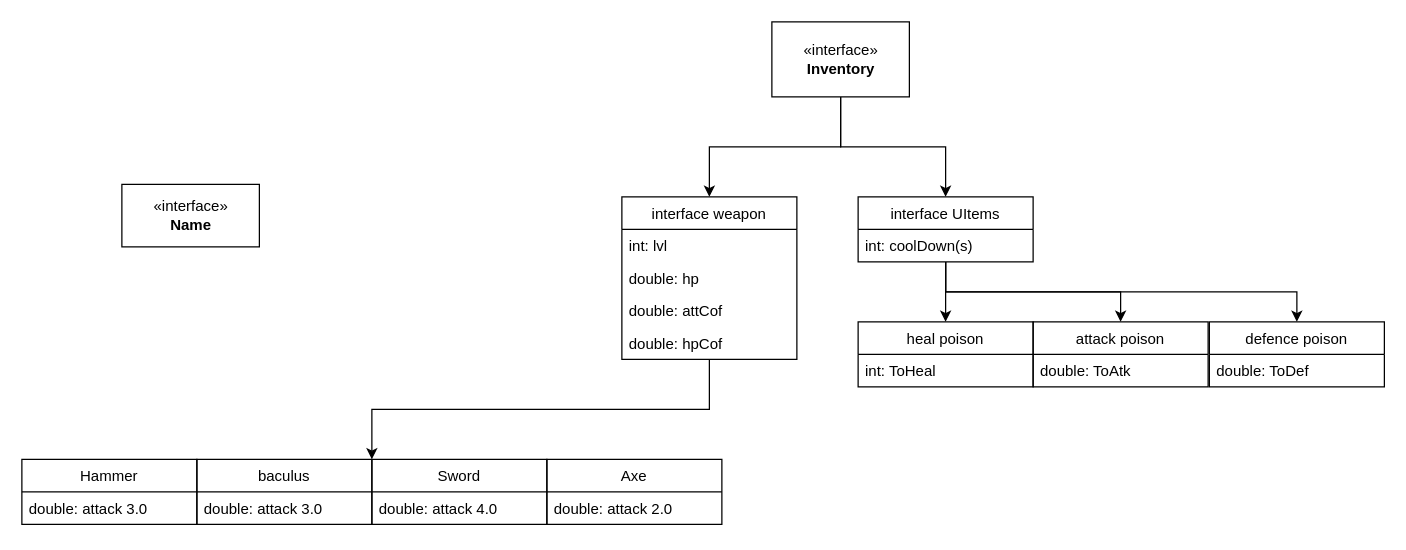
Earlier version of the draw.io diagram page "Inventory(weapon,UItems)" (2 of 3) of src/plan/projectDiagram.drawio (vfedychkanych/MyPlayProj). Source tidied: cells renumbered, new cells numbered last; positions are measured from the earlier drawing's top-left corner, leaving out a move shared by most shapes. Both pictures are drawn from the tidied source at 125%, with x=0, y=0 at pixel (21, 21).
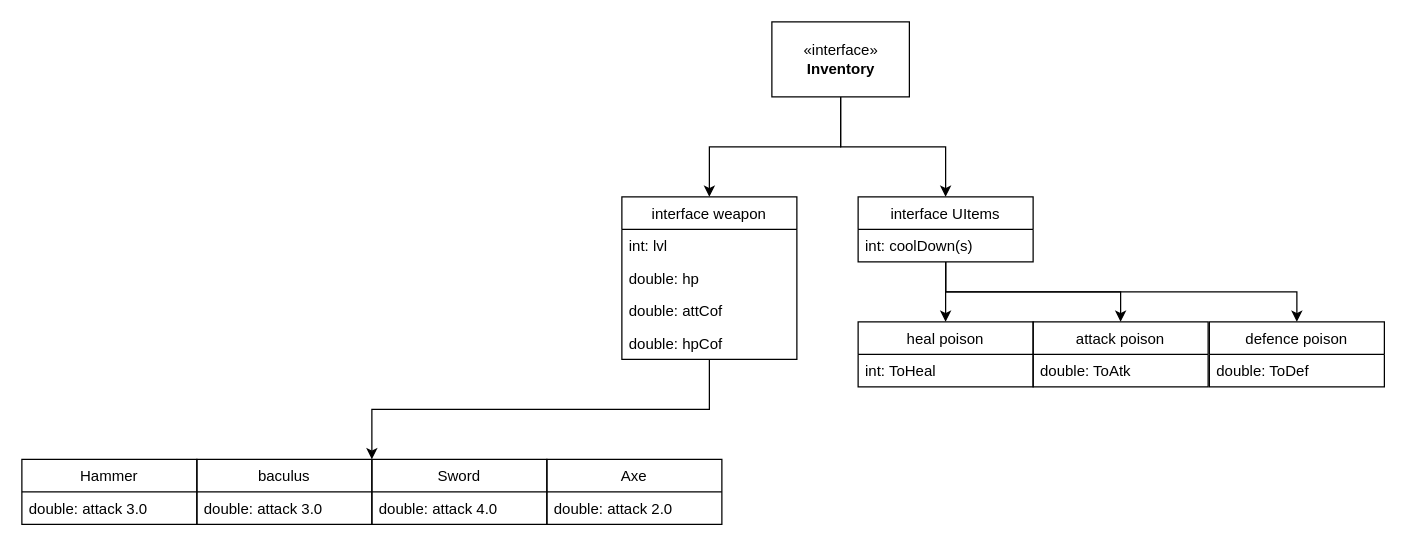
After the change.

Diff of the diagram source:
```diff
@@
-    <mxCell id="30" value="&amp;laquo;interface&amp;raquo;&lt;br&gt;&lt;b&gt;Name&lt;/b&gt;" style="html=1;" parent="1" vertex="1">
-      <mxGeometry x="80" y="130" width="110" height="50" as="geometry" />
-    </mxCell>
```
